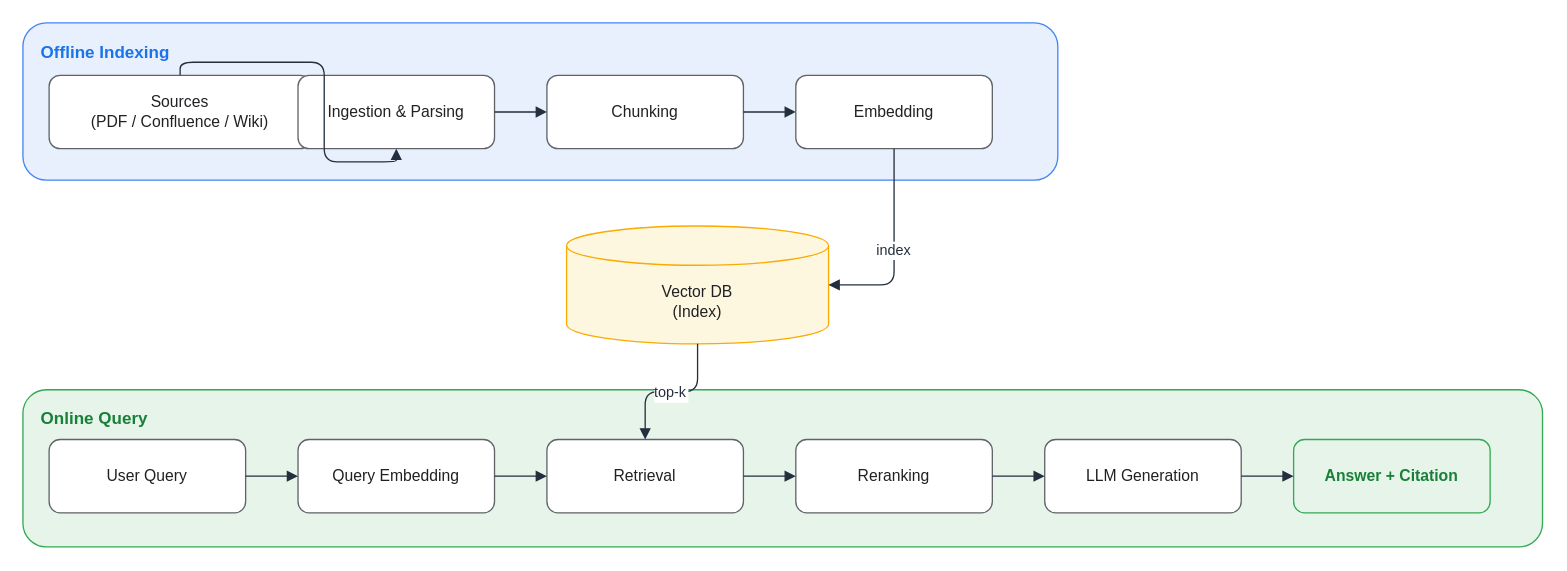
Earlier version of the draw.io diagram assets/img/ai/rag-01-pipeline.drawio (KKamJi98/kkamji98.github.io). Source tidied: cells renumbered, new cells numbered last; positions are measured from the earlier drawing's top-left corner, leaving out a move shared by most shapes. Both pictures are drawn from the tidied source at 131%, with x=0, y=0 at pixel (22, 22).
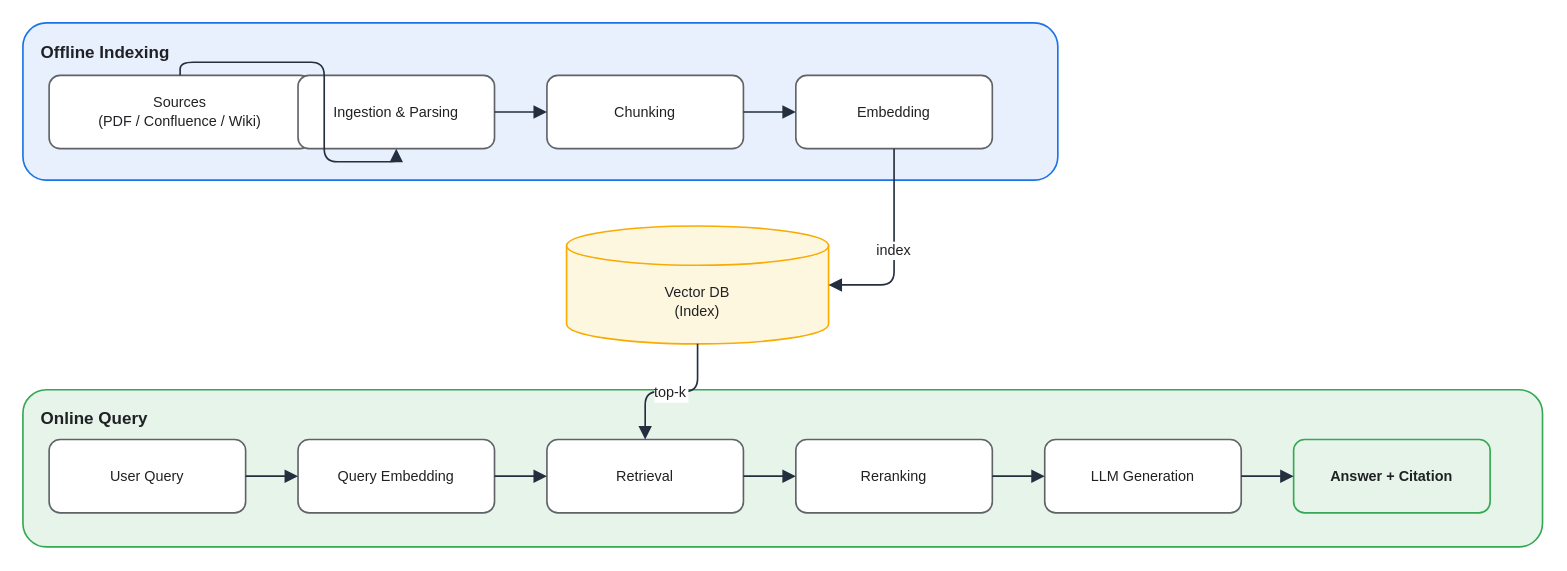
The same diagram, later.

Diff of the diagram source:
```diff
@@
-<mxGraphModel>
+<mxGraphModel background="#FFFFFF">
@@
-    <mxCell id="2" value="Offline Indexing" style="rounded=1;fillColor=#E8F0FE;strokeColor=#4285F4;verticalAlign=top;align=left;fontStyle=1;fontSize=13;fontColor=#1A73E8;spacingLeft=12;spacingTop=8;shadow=0;" parent="1" vertex="1">
+    <mxCell id="2" value="Offline Indexing" style="rounded=1;fillColor=#E8F0FE;strokeColor=#1A73E8;verticalAlign=top;align=left;fontStyle=1;fontSize=13;fontColor=#202124;spacingLeft=12;spacingTop=8;shadow=0;strokeWidth=1.25;html=0;" parent="1" vertex="1">
       <mxGeometry width="790" height="120" as="geometry" />
     </mxCell>
-    <mxCell id="3" value="Online Query" style="rounded=1;fillColor=#E6F4EA;strokeColor=#34A853;verticalAlign=top;align=left;fontStyle=1;fontSize=13;fontColor=#188038;spacingLeft=12;spacingTop=8;shadow=0;" parent="1" vertex="1">
+    <mxCell id="3" value="Online Query" style="rounded=1;fillColor=#E6F4EA;strokeColor=#34A853;verticalAlign=top;align=left;fontStyle=1;fontSize=13;fontColor=#202124;spacingLeft=12;spacingTop=8;shadow=0;strokeWidth=1.25;html=0;" parent="1" vertex="1">
       <mxGeometry y="280" width="1160" height="120" as="geometry" />
     </mxCell>
-    <mxCell id="4" value="Sources&#10;(PDF / Confluence / Wiki)" style="rounded=1;whiteSpace=wrap;html=0;fillColor=#FFFFFF;strokeColor=#5F6368;shadow=0;fontSize=12;fontColor=#202124;" parent="1" vertex="1">
+    <mxCell id="4" value="Sources&#10;(PDF / Confluence / Wiki)" style="rounded=1;whiteSpace=wrap;html=0;fillColor=#FFFFFF;strokeColor=#5F6368;shadow=0;fontSize=11;fontColor=#202124;strokeWidth=1.25;" parent="1" vertex="1">
       <mxGeometry x="20" y="40" width="200" height="56" as="geometry" />
     </mxCell>
-    <mxCell id="5" value="Ingestion &amp; Parsing" style="rounded=1;whiteSpace=wrap;html=0;fillColor=#FFFFFF;strokeColor=#5F6368;shadow=0;fontSize=12;fontColor=#202124;" parent="1" vertex="1">
+    <mxCell id="5" value="Ingestion &amp; Parsing" style="rounded=1;whiteSpace=wrap;html=0;fillColor=#FFFFFF;strokeColor=#5F6368;shadow=0;fontSize=11;fontColor=#202124;strokeWidth=1.25;" parent="1" vertex="1">
       <mxGeometry x="210" y="40" width="150" height="56" as="geometry" />
     </mxCell>
-    <mxCell id="6" value="Chunking" style="rounded=1;whiteSpace=wrap;html=0;fillColor=#FFFFFF;strokeColor=#5F6368;shadow=0;fontSize=12;fontColor=#202124;" parent="1" vertex="1">
+    <mxCell id="6" value="Chunking" style="rounded=1;whiteSpace=wrap;html=0;fillColor=#FFFFFF;strokeColor=#5F6368;shadow=0;fontSize=11;fontColor=#202124;strokeWidth=1.25;" parent="1" vertex="1">
       <mxGeometry x="400" y="40" width="150" height="56" as="geometry" />
     </mxCell>
-    <mxCell id="7" value="Embedding" style="rounded=1;whiteSpace=wrap;html=0;fillColor=#FFFFFF;strokeColor=#5F6368;shadow=0;fontSize=12;fontColor=#202124;" parent="1" vertex="1">
+    <mxCell id="7" value="Embedding" style="rounded=1;whiteSpace=wrap;html=0;fillColor=#FFFFFF;strokeColor=#5F6368;shadow=0;fontSize=11;fontColor=#202124;strokeWidth=1.25;" parent="1" vertex="1">
       <mxGeometry x="590" y="40" width="150" height="56" as="geometry" />
     </mxCell>
-    <mxCell id="8" value="Vector DB&#10;(Index)" style="shape=cylinder3;whiteSpace=wrap;html=0;fillColor=#FEF7E0;strokeColor=#F9AB00;shadow=0;fontSize=12;fontColor=#202124;boundedLbl=1;" parent="1" vertex="1">
+    <mxCell id="8" value="Vector DB&#10;(Index)" style="shape=cylinder3;whiteSpace=wrap;html=0;fillColor=#FEF7E0;strokeColor=#F9AB00;shadow=0;fontSize=11;fontColor=#202124;boundedLbl=1;strokeWidth=1.25;" parent="1" vertex="1">
       <mxGeometry x="415" y="155" width="200" height="90" as="geometry" />
     </mxCell>
-    <mxCell id="9" value="User Query" style="rounded=1;whiteSpace=wrap;html=0;fillColor=#FFFFFF;strokeColor=#5F6368;shadow=0;fontSize=12;fontColor=#202124;" parent="1" vertex="1">
+    <mxCell id="9" value="User Query" style="rounded=1;whiteSpace=wrap;html=0;fillColor=#FFFFFF;strokeColor=#5F6368;shadow=0;fontSize=11;fontColor=#202124;strokeWidth=1.25;" parent="1" vertex="1">
       <mxGeometry x="20" y="318" width="150" height="56" as="geometry" />
     </mxCell>
-    <mxCell id="10" value="Query Embedding" style="rounded=1;whiteSpace=wrap;html=0;fillColor=#FFFFFF;strokeColor=#5F6368;shadow=0;fontSize=12;fontColor=#202124;" parent="1" vertex="1">
+    <mxCell id="10" value="Query Embedding" style="rounded=1;whiteSpace=wrap;html=0;fillColor=#FFFFFF;strokeColor=#5F6368;shadow=0;fontSize=11;fontColor=#202124;strokeWidth=1.25;" parent="1" vertex="1">
       <mxGeometry x="210" y="318" width="150" height="56" as="geometry" />
     </mxCell>
-    <mxCell id="11" value="Retrieval" style="rounded=1;whiteSpace=wrap;html=0;fillColor=#FFFFFF;strokeColor=#5F6368;shadow=0;fontSize=12;fontColor=#202124;" parent="1" vertex="1">
+    <mxCell id="11" value="Retrieval" style="rounded=1;whiteSpace=wrap;html=0;fillColor=#FFFFFF;strokeColor=#5F6368;shadow=0;fontSize=11;fontColor=#202124;strokeWidth=1.25;" parent="1" vertex="1">
       <mxGeometry x="400" y="318" width="150" height="56" as="geometry" />
     </mxCell>
-    <mxCell id="12" value="Reranking" style="rounded=1;whiteSpace=wrap;html=0;fillColor=#FFFFFF;strokeColor=#5F6368;shadow=0;fontSize=12;fontColor=#202124;" parent="1" vertex="1">
+    <mxCell id="12" value="Reranking" style="rounded=1;whiteSpace=wrap;html=0;fillColor=#FFFFFF;strokeColor=#5F6368;shadow=0;fontSize=11;fontColor=#202124;strokeWidth=1.25;" parent="1" vertex="1">
       <mxGeometry x="590" y="318" width="150" height="56" as="geometry" />
     </mxCell>
-    <mxCell id="13" value="LLM Generation" style="rounded=1;whiteSpace=wrap;html=0;fillColor=#FFFFFF;strokeColor=#5F6368;shadow=0;fontSize=12;fontColor=#202124;" parent="1" vertex="1">
+    <mxCell id="13" value="LLM Generation" style="rounded=1;whiteSpace=wrap;html=0;fillColor=#FFFFFF;strokeColor=#5F6368;shadow=0;fontSize=11;fontColor=#202124;strokeWidth=1.25;" parent="1" vertex="1">
       <mxGeometry x="780" y="318" width="150" height="56" as="geometry" />
     </mxCell>
-    <mxCell id="14" value="Answer + Citation" style="rounded=1;whiteSpace=wrap;html=0;fillColor=#E6F4EA;strokeColor=#34A853;shadow=0;fontSize=12;fontStyle=1;fontColor=#188038;" parent="1" vertex="1">
+    <mxCell id="14" value="Answer + Citation" style="rounded=1;whiteSpace=wrap;html=0;fillColor=#E6F4EA;strokeColor=#34A853;shadow=0;fontSize=11;fontStyle=1;fontColor=#202124;strokeWidth=1.25;" parent="1" vertex="1">
       <mxGeometry x="970" y="318" width="150" height="56" as="geometry" />
     </mxCell>
-    <mxCell id="15" style="edgeStyle=orthogonalEdgeStyle;rounded=1;html=0;endArrow=block;strokeColor=#232F3E;fontColor=#232F3E;" parent="1" edge="1" source="4" target="5">
+    <mxCell id="15" style="edgeStyle=orthogonalEdgeStyle;rounded=1;html=0;endArrow=block;strokeColor=#232F3E;fontColor=#202124;strokeWidth=1.25;endSize=7;" parent="1" edge="1" source="4" target="5">
       <mxGeometry relative="1" as="geometry" />
     </mxCell>
-    <mxCell id="16" style="edgeStyle=orthogonalEdgeStyle;rounded=1;html=0;endArrow=block;strokeColor=#232F3E;fontColor=#232F3E;" parent="1" edge="1" source="5" target="6">
+    <mxCell id="16" style="edgeStyle=orthogonalEdgeStyle;rounded=1;html=0;endArrow=block;strokeColor=#232F3E;fontColor=#202124;strokeWidth=1.25;endSize=7;" parent="1" edge="1" source="5" target="6">
       <mxGeometry relative="1" as="geometry" />
     </mxCell>
-    <mxCell id="17" style="edgeStyle=orthogonalEdgeStyle;rounded=1;html=0;endArrow=block;strokeColor=#232F3E;fontColor=#232F3E;" parent="1" edge="1" source="6" target="7">
+    <mxCell id="17" style="edgeStyle=orthogonalEdgeStyle;rounded=1;html=0;endArrow=block;strokeColor=#232F3E;fontColor=#202124;strokeWidth=1.25;endSize=7;" parent="1" edge="1" source="6" target="7">
       <mxGeometry relative="1" as="geometry" />
     </mxCell>
-    <mxCell id="18" value="index" style="edgeStyle=orthogonalEdgeStyle;rounded=1;html=0;endArrow=block;strokeColor=#232F3E;fontColor=#232F3E;fontSize=11;labelBackgroundColor=#FFFFFF;" parent="1" edge="1" source="7" target="8">
+    <mxCell id="18" value="index" style="edgeStyle=orthogonalEdgeStyle;rounded=1;html=0;endArrow=block;strokeColor=#232F3E;fontColor=#202124;fontSize=11;labelBackgroundColor=#FFFFFF;strokeWidth=1.25;endSize=7;" parent="1" edge="1" source="7" target="8">
       <mxGeometry relative="1" as="geometry">
         <Array as="points">
           <mxPoint x="665" y="200" />
           <mxPoint x="535" y="200" />
         </Array>
       </mxGeometry>
     </mxCell>
-    <mxCell id="19" value="top-k" style="edgeStyle=orthogonalEdgeStyle;rounded=1;html=0;endArrow=block;strokeColor=#232F3E;fontColor=#232F3E;fontSize=11;labelBackgroundColor=#FFFFFF;" parent="1" edge="1" source="8" target="11">
+    <mxCell id="19" value="top-k" style="edgeStyle=orthogonalEdgeStyle;rounded=1;html=0;endArrow=block;strokeColor=#232F3E;fontColor=#202124;fontSize=11;labelBackgroundColor=#FFFFFF;strokeWidth=1.25;endSize=7;" parent="1" edge="1" source="8" target="11">
       <mxGeometry relative="1" as="geometry" />
     </mxCell>
-    <mxCell id="20" style="edgeStyle=orthogonalEdgeStyle;rounded=1;html=0;endArrow=block;strokeColor=#232F3E;fontColor=#232F3E;" parent="1" edge="1" source="9" target="10">
+    <mxCell id="20" style="edgeStyle=orthogonalEdgeStyle;rounded=1;html=0;endArrow=block;strokeColor=#232F3E;fontColor=#202124;strokeWidth=1.25;endSize=7;" parent="1" edge="1" source="9" target="10">
       <mxGeometry relative="1" as="geometry" />
     </mxCell>
-    <mxCell id="21" style="edgeStyle=orthogonalEdgeStyle;rounded=1;html=0;endArrow=block;strokeColor=#232F3E;fontColor=#232F3E;" parent="1" edge="1" source="10" target="11">
+    <mxCell id="21" style="edgeStyle=orthogonalEdgeStyle;rounded=1;html=0;endArrow=block;strokeColor=#232F3E;fontColor=#202124;strokeWidth=1.25;endSize=7;" parent="1" edge="1" source="10" target="11">
       <mxGeometry relative="1" as="geometry" />
     </mxCell>
-    <mxCell id="22" style="edgeStyle=orthogonalEdgeStyle;rounded=1;html=0;endArrow=block;strokeColor=#232F3E;fontColor=#232F3E;" parent="1" edge="1" source="11" target="12">
+    <mxCell id="22" style="edgeStyle=orthogonalEdgeStyle;rounded=1;html=0;endArrow=block;strokeColor=#232F3E;fontColor=#202124;strokeWidth=1.25;endSize=7;" parent="1" edge="1" source="11" target="12">
       <mxGeometry relative="1" as="geometry" />
     </mxCell>
-    <mxCell id="23" style="edgeStyle=orthogonalEdgeStyle;rounded=1;html=0;endArrow=block;strokeColor=#232F3E;fontColor=#232F3E;" parent="1" edge="1" source="12" target="13">
+    <mxCell id="23" style="edgeStyle=orthogonalEdgeStyle;rounded=1;html=0;endArrow=block;strokeColor=#232F3E;fontColor=#202124;strokeWidth=1.25;endSize=7;" parent="1" edge="1" source="12" target="13">
       <mxGeometry relative="1" as="geometry" />
     </mxCell>
-    <mxCell id="24" style="edgeStyle=orthogonalEdgeStyle;rounded=1;html=0;endArrow=block;strokeColor=#232F3E;fontColor=#232F3E;" parent="1" edge="1" source="13" target="14">
+    <mxCell id="24" style="edgeStyle=orthogonalEdgeStyle;rounded=1;html=0;endArrow=block;strokeColor=#232F3E;fontColor=#202124;strokeWidth=1.25;endSize=7;" parent="1" edge="1" source="13" target="14">
       <mxGeometry relative="1" as="geometry" />
     </mxCell>
```
